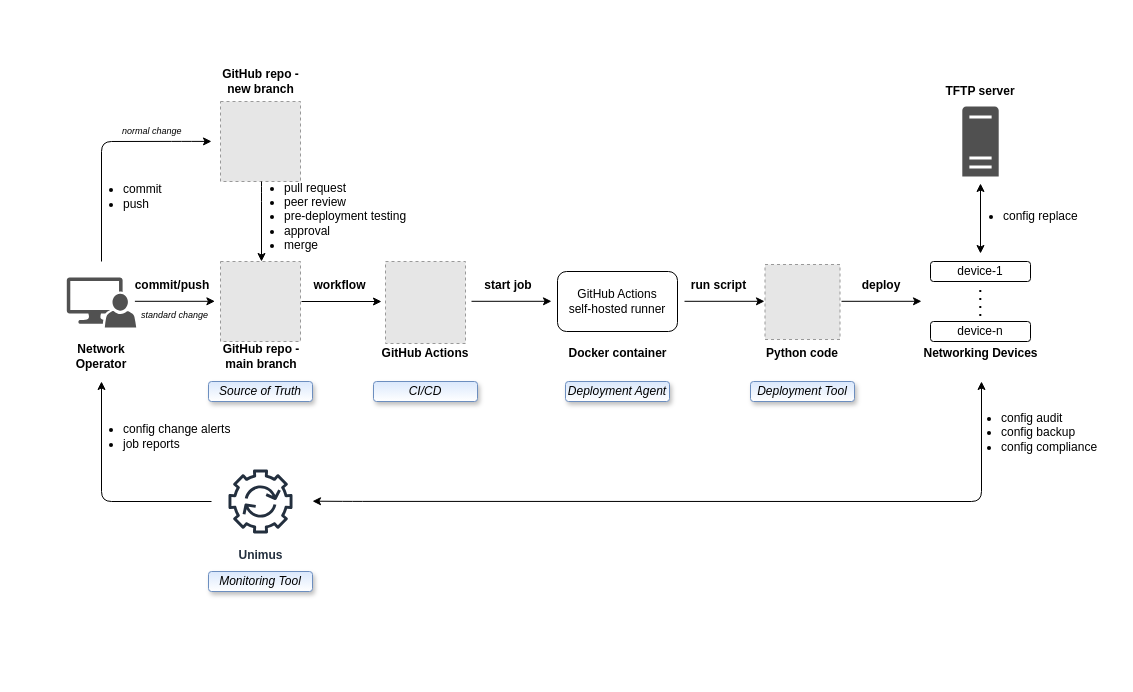
The draw.io diagram diagram-network-automation-github-actions.drawio in gdmoney/network-automation-github-actions, before the edit. Source tidied: cells renumbered, new cells numbered last; positions are measured from the earlier drawing's top-left corner, leaving out a move shared by most shapes. Both pictures are drawn from the tidied source at 100%, with x=0, y=0 at pixel (66, 71). Pictures stored in the file or linked from it are replaced by grey dashed boxes.
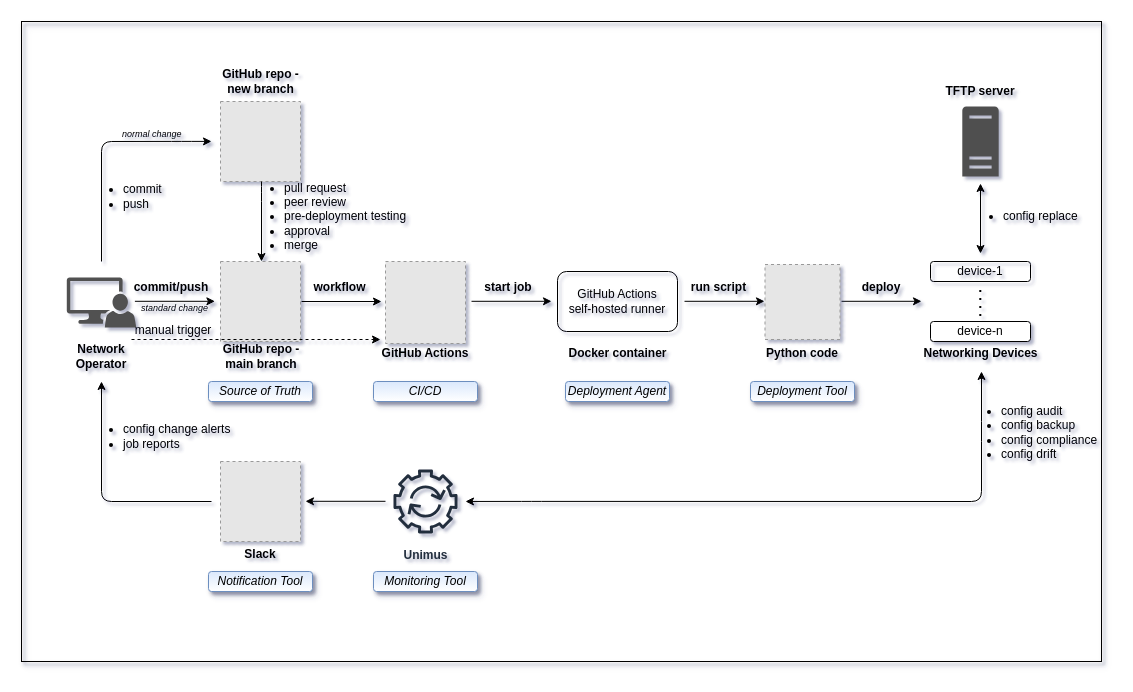
The same page after the edit.

Diff of the diagram source:
```diff
@@
-<mxGraphModel>
+<mxGraphModel background="#ffffff" shadow="1">
@@
+    <mxCell id="48" style="rounded=0;whiteSpace=wrap;html=1;glass=0;shadow=1;sketch=0;perimeterSpacing=1;fontColor=#333333;fillColor=none;labelBorderColor=none;labelBackgroundColor=none;" parent="1" vertex="1">
+      <mxGeometry x="-45" y="-50" width="1080" height="640" as="geometry" />
+    </mxCell>
     <mxCell id="2" value="&lt;b&gt;commit/push&lt;/b&gt;" style="text;html=1;strokeColor=none;fillColor=none;align=center;verticalAlign=middle;whiteSpace=wrap;rounded=0;" parent="1" vertex="1">
-      <mxGeometry x="61" y="204" width="90" height="20" as="geometry" />
+      <mxGeometry x="65" y="206" width="80" height="20" as="geometry" />
     </mxCell>
     <mxCell id="3" value="&lt;b&gt;workflow&lt;/b&gt;" style="text;html=1;strokeColor=none;fillColor=none;align=center;verticalAlign=middle;whiteSpace=wrap;rounded=0;" parent="1" vertex="1">
-      <mxGeometry x="244" y="204" width="59" height="20" as="geometry" />
+      <mxGeometry x="244" y="206" width="59" height="20" as="geometry" />
     </mxCell>
@@
     <mxCell id="8" value="&lt;b&gt;deploy&lt;/b&gt;" style="text;html=1;strokeColor=none;fillColor=none;align=center;verticalAlign=middle;whiteSpace=wrap;rounded=0;" parent="1" vertex="1">
-      <mxGeometry x="795" y="204" width="40" height="20" as="geometry" />
+      <mxGeometry x="795" y="206" width="40" height="20" as="geometry" />
     </mxCell>
@@
     <mxCell id="10" value="&lt;b&gt;start job&lt;/b&gt;" style="text;html=1;strokeColor=none;fillColor=none;align=center;verticalAlign=middle;whiteSpace=wrap;rounded=0;" parent="1" vertex="1">
-      <mxGeometry x="411" y="204" width="62" height="20" as="geometry" />
+      <mxGeometry x="411" y="206" width="62" height="20" as="geometry" />
     </mxCell>
     <mxCell id="11" value="&lt;b&gt;run script&lt;/b&gt;" style="text;html=1;strokeColor=none;fillColor=none;align=center;verticalAlign=middle;whiteSpace=wrap;rounded=0;" parent="1" vertex="1">
-      <mxGeometry x="619" y="204" width="67" height="20" as="geometry" />
+      <mxGeometry x="619" y="206" width="67" height="20" as="geometry" />
     </mxCell>
@@
     <mxCell id="28" value="standard change" style="text;whiteSpace=wrap;fontStyle=2;fontSize=9;html=1;" parent="1" vertex="1">
-      <mxGeometry x="72.7" y="232" width="71.3" height="25.3" as="geometry" />
+      <mxGeometry x="72.7" y="225" width="71.3" height="20" as="geometry" />
     </mxCell>
     <mxCell id="29" value="normal change" style="text;fontStyle=2;fontSize=9;rotation=0;whiteSpace=wrap;" parent="1" vertex="1">
-      <mxGeometry x="54" y="48" width="66.3" height="25.3" as="geometry" />
+      <mxGeometry x="54" y="51" width="66.3" height="25.3" as="geometry" />
     </mxCell>
-    <mxCell id="30" value="&lt;b&gt;Unimus&lt;/b&gt;" style="outlineConnect=0;fontColor=#232F3E;gradientColor=none;strokeColor=#232F3E;dashed=0;verticalLabelPosition=bottom;verticalAlign=top;align=center;html=1;fontSize=12;fontStyle=0;shape=mxgraph.aws4.resourceIcon;resIcon=mxgraph.aws4.automation;fillColor=none;" parent="1" vertex="1">
-      <mxGeometry x="154" y="390" width="80" height="80" as="geometry" />
-    </mxCell>
@@
-    <mxCell id="35" style="endArrow=classic;html=1;startArrow=classic;startFill=1;" parent="1" edge="1">
+    <mxCell id="35" style="endArrow=classic;html=1;startArrow=classic;startFill=1;" parent="1" edge="1" source="30">
       <mxGeometry relative="1" as="geometry">
-        <mxPoint x="246" y="429.7" as="sourcePoint" />
-        <mxPoint x="915" y="310" as="targetPoint" />
+        <mxPoint x="915" y="300" as="targetPoint" />
         <Array as="points">
-          <mxPoint x="286" y="429.9" />
+          <mxPoint x="465" y="429.9" />
           <mxPoint x="915" y="430" />
+          <mxPoint x="915" y="360" />
         </Array>
       </mxGeometry>
     </mxCell>
     <mxCell id="36" value="&lt;span&gt;Monitoring Tool&lt;/span&gt;" style="text;html=1;strokeColor=#6c8ebf;fillColor=#dae8fc;align=center;verticalAlign=middle;whiteSpace=wrap;rounded=1;gradientColor=#ffffff;glass=0;shadow=1;sketch=0;fontStyle=2;labelBackgroundColor=none;labelBorderColor=none;" parent="1" vertex="1">
-      <mxGeometry x="142" y="500" width="104" height="20" as="geometry" />
+      <mxGeometry x="307" y="500" width="104" height="20" as="geometry" />
     </mxCell>
-    <mxCell id="37" value="&lt;ul&gt;&lt;li&gt;config audit&lt;/li&gt;&lt;li&gt;config backup&lt;/li&gt;&lt;li&gt;config compliance&lt;/li&gt;&lt;/ul&gt;" style="text;html=1;strokeColor=none;fillColor=none;align=left;verticalAlign=middle;whiteSpace=wrap;rounded=0;" parent="1" vertex="1">
+    <mxCell id="37" value="&lt;ul&gt;&lt;li&gt;config audit&lt;/li&gt;&lt;li&gt;config backup&lt;/li&gt;&lt;li&gt;config compliance&lt;/li&gt;&lt;li&gt;config drift&lt;/li&gt;&lt;/ul&gt;" style="text;html=1;strokeColor=none;fillColor=none;align=left;verticalAlign=middle;whiteSpace=wrap;rounded=0;" parent="1" vertex="1">
       <mxGeometry x="893" y="335" width="150" height="52" as="geometry" />
     </mxCell>
@@
+    <mxCell id="49" style="fillColor=#E6E6E6;strokeColor=#999999;dashed=1;html=1;verticalAlign=top;verticalLabelPosition=bottom;labelBackgroundColor=#ffffff;" parent="1" vertex="1">
+      <mxGeometry x="154" y="390" width="80" height="80" as="geometry" />
+    </mxCell>
+    <mxCell id="30" value="&lt;b&gt;Unimus&lt;/b&gt;" style="outlineConnect=0;fontColor=#232F3E;gradientColor=none;strokeColor=#232F3E;dashed=0;verticalLabelPosition=bottom;verticalAlign=top;align=center;html=1;fontSize=12;fontStyle=0;shape=mxgraph.aws4.resourceIcon;resIcon=mxgraph.aws4.automation;fillColor=none;" parent="1" vertex="1">
+      <mxGeometry x="319" y="390" width="80" height="80" as="geometry" />
+    </mxCell>
+    <mxCell id="50" value="&lt;span&gt;Notification Tool&lt;/span&gt;" style="text;html=1;strokeColor=#6c8ebf;fillColor=#dae8fc;align=center;verticalAlign=middle;whiteSpace=wrap;rounded=1;gradientColor=#ffffff;glass=0;shadow=1;sketch=0;fontStyle=2;labelBackgroundColor=none;labelBorderColor=none;" parent="1" vertex="1">
+      <mxGeometry x="142" y="500" width="104" height="20" as="geometry" />
+    </mxCell>
+    <mxCell id="51" style="edgeStyle=orthogonalEdgeStyle;rounded=0;orthogonalLoop=1;jettySize=auto;html=1;" parent="1" edge="1">
+      <mxGeometry relative="1" as="geometry">
+        <mxPoint x="319" y="429.8" as="sourcePoint" />
+        <mxPoint x="239" y="429.8" as="targetPoint" />
+      </mxGeometry>
+    </mxCell>
+    <mxCell id="52" value="&lt;b&gt;Slack&lt;br&gt;&lt;/b&gt;" style="text;html=1;strokeColor=none;fillColor=none;align=center;verticalAlign=middle;whiteSpace=wrap;rounded=0;" parent="1" vertex="1">
+      <mxGeometry x="149" y="473" width="90" height="20" as="geometry" />
+    </mxCell>
+    <mxCell id="53" style="edgeStyle=orthogonalEdgeStyle;rounded=0;orthogonalLoop=1;jettySize=auto;html=1;dashed=1;fontStyle=0;" parent="1" edge="1">
+      <mxGeometry relative="1" as="geometry">
+        <mxPoint x="65" y="268" as="sourcePoint" />
+        <mxPoint x="314" y="268" as="targetPoint" />
+      </mxGeometry>
+    </mxCell>
+    <mxCell id="54" value="&lt;span&gt;manual trigger&lt;/span&gt;" style="text;html=1;strokeColor=none;fillColor=none;align=center;verticalAlign=middle;whiteSpace=wrap;rounded=0;fontStyle=0;" parent="1" vertex="1">
+      <mxGeometry x="67" y="249" width="80" height="20" as="geometry" />
+    </mxCell>
```
